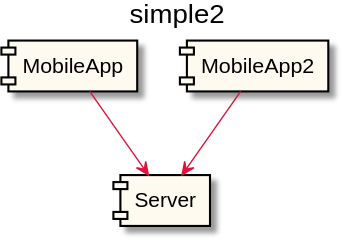
Earlier version of the PlantUML export docs/simple2_integration.svg (anz-bank/sysl-catalog).
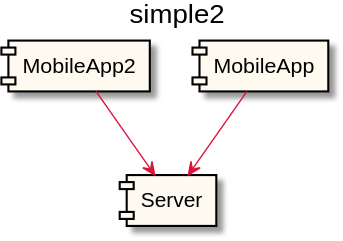
The same file after the commit.

Diff of the diagram source:
```diff
@@ -9,9 +9,9 @@
   BorderColor Black
   ArrowColor Crimson
 }
-[MobileApp] as _0 <<highlight>>
+[MobileApp2] as _0 <<highlight>>
 [Server] as _1 <<highlight>>
 _0 --> _1
-[MobileApp2] as _2
+[MobileApp] as _2 <<highlight>>
 _2 --> _1
 @enduml
```
